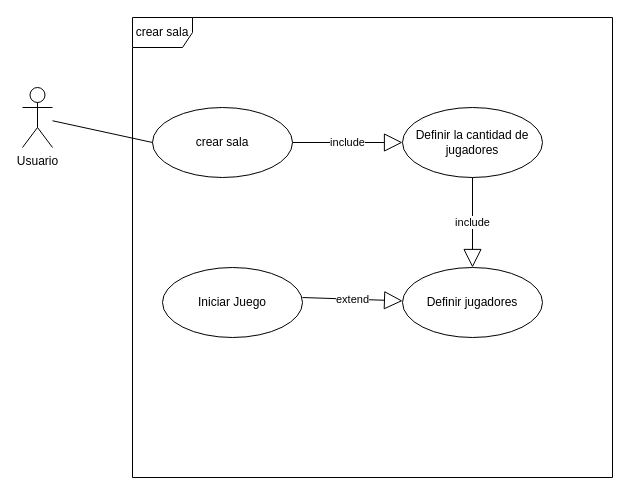
Above: Documentacion/Diagrama sin título.drawio in MasacradorM/Confrontation-Royale (draw.io), before the change. Source tidied: cells renumbered, new cells numbered last; positions are measured from the earlier drawing's top-left corner, leaving out a move shared by most shapes. Both pictures are drawn from the tidied source at 100%, with x=0, y=0 at pixel (22, 17).
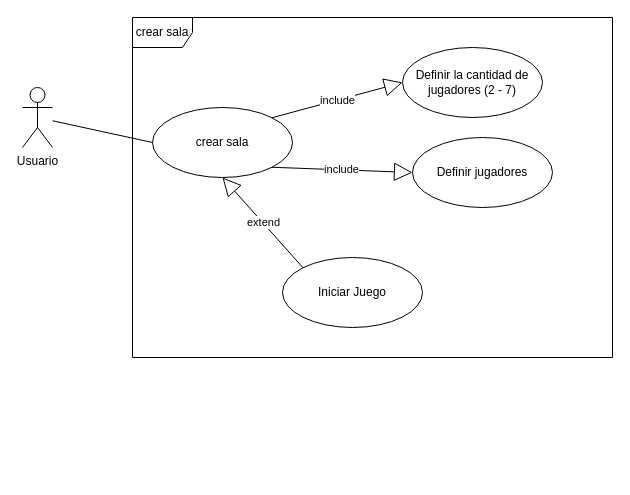
The same page after the edit.

The edit, as a diff of the source:
```diff
@@
 <mxGraphModel>
   <root>
     <mxCell id="0" />
     <mxCell id="1" parent="0" />
     <mxCell id="2" value="Usuario" style="shape=umlActor;verticalLabelPosition=bottom;verticalAlign=top;html=1;" parent="1" vertex="1">
       <mxGeometry y="70" width="30" height="60" as="geometry" />
     </mxCell>
     <mxCell id="3" value="crear sala" style="ellipse;whiteSpace=wrap;html=1;" parent="1" vertex="1">
       <mxGeometry x="130" y="90" width="140" height="70" as="geometry" />
     </mxCell>
     <mxCell id="4" value="crear sala" style="shape=umlFrame;whiteSpace=wrap;html=1;" parent="1" vertex="1">
-      <mxGeometry x="110" width="480" height="460" as="geometry" />
+      <mxGeometry x="110" width="480" height="340" as="geometry" />
     </mxCell>
     <mxCell id="5" style="endArrow=none;html=1;rounded=0;entryX=0;entryY=0.5;entryDx=0;entryDy=0;" parent="1" edge="1" source="2" target="3">
       <mxGeometry relative="1" as="geometry" />
     </mxCell>
-    <mxCell id="6" value="Definir la cantidad de jugadores" style="ellipse;whiteSpace=wrap;html=1;" parent="1" vertex="1">
-      <mxGeometry x="380" y="90" width="140" height="70" as="geometry" />
+    <mxCell id="6" value="Definir la cantidad de jugadores (2 - 7)" style="ellipse;whiteSpace=wrap;html=1;" parent="1" vertex="1">
+      <mxGeometry x="380" y="30" width="140" height="70" as="geometry" />
     </mxCell>
-    <mxCell id="7" value="include" style="endArrow=block;endSize=16;endFill=0;html=1;rounded=0;exitX=1;exitY=0.5;exitDx=0;exitDy=0;entryX=0;entryY=0.5;entryDx=0;entryDy=0;" parent="1" edge="1" source="3" target="6">
+    <mxCell id="7" value="include" style="endArrow=block;endSize=16;endFill=0;html=1;rounded=0;exitX=1;exitY=0;exitDx=0;exitDy=0;entryX=0;entryY=0.5;entryDx=0;entryDy=0;" parent="1" edge="1" source="3" target="6">
       <mxGeometry relative="1" as="geometry" />
     </mxCell>
     <mxCell id="8" value="Definir jugadores" style="ellipse;whiteSpace=wrap;html=1;" parent="1" vertex="1">
-      <mxGeometry x="380" y="250" width="140" height="70" as="geometry" />
+      <mxGeometry x="390" y="120" width="140" height="70" as="geometry" />
     </mxCell>
-    <mxCell id="9" value="include" style="endArrow=block;endSize=16;endFill=0;html=1;rounded=0;exitX=0.5;exitY=1;exitDx=0;exitDy=0;entryX=0.5;entryY=0;entryDx=0;entryDy=0;" parent="1" edge="1" source="6" target="8">
+    <mxCell id="9" value="include" style="endArrow=block;endSize=16;endFill=0;html=1;rounded=0;exitX=1;exitY=1;exitDx=0;exitDy=0;entryX=0;entryY=0.5;entryDx=0;entryDy=0;" parent="1" edge="1" source="3" target="8">
       <mxGeometry relative="1" as="geometry" />
     </mxCell>
     <mxCell id="10" value="Iniciar Juego" style="ellipse;whiteSpace=wrap;html=1;" parent="1" vertex="1">
-      <mxGeometry x="140" y="250" width="140" height="70" as="geometry" />
+      <mxGeometry x="260" y="240" width="140" height="70" as="geometry" />
     </mxCell>
-    <mxCell id="11" value="extend" style="endArrow=block;endSize=16;endFill=0;html=1;rounded=0;exitX=1;exitY=0.429;exitDx=0;exitDy=0;exitPerimeter=0;" parent="1" edge="1" source="10" target="8">
+    <mxCell id="11" value="extend" style="endArrow=block;endSize=16;endFill=0;html=1;rounded=0;exitX=0;exitY=0;exitDx=0;exitDy=0;entryX=0.5;entryY=1;entryDx=0;entryDy=0;" parent="1" edge="1" source="10" target="3">
       <mxGeometry relative="1" as="geometry" />
     </mxCell>
   </root>
 </mxGraphModel>
```
